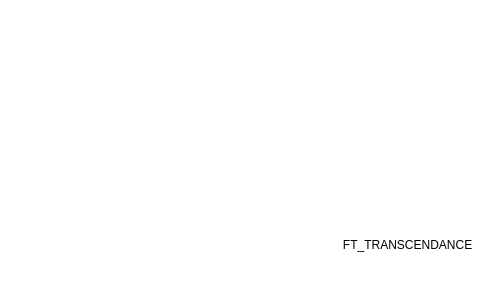
Above: diagram.drawio in drogonj/ft_transcendence (draw.io), before the change. Source tidied: cells renumbered, new cells numbered last; positions are measured from the earlier drawing's top-left corner, leaving out a move shared by most shapes. Both pictures are drawn from the tidied source at 100%, with x=0, y=0 at pixel (332, 232).
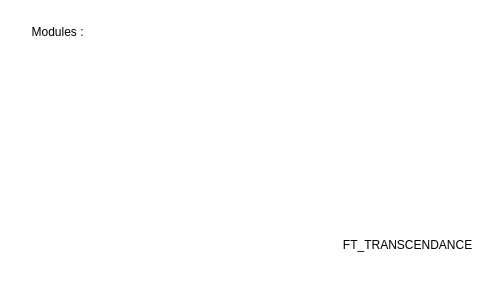
The same page after the edit.

Diff of the diagram source:
```diff
@@
 <mxGraphModel>
   <root>
     <mxCell id="0" />
     <mxCell id="1" parent="0" />
+    <mxCell id="3" value="&lt;div&gt;Modules :&lt;/div&gt;" style="text;html=1;align=center;verticalAlign=middle;strokeColor=none;fillColor=none;" parent="1" vertex="1">
+      <mxGeometry x="-315" y="-215" width="80" height="30" as="geometry" />
+    </mxCell>
     <mxCell id="2" value="&lt;div&gt;FT_TRANSCENDANCE&lt;/div&gt;&lt;div&gt;&lt;br&gt;&lt;/div&gt;" style="text;html=1;align=center;verticalAlign=middle;strokeColor=none;fillColor=none;" parent="1" vertex="1">
       <mxGeometry width="150" height="40" as="geometry" />
     </mxCell>
   </root>
 </mxGraphModel>
```
